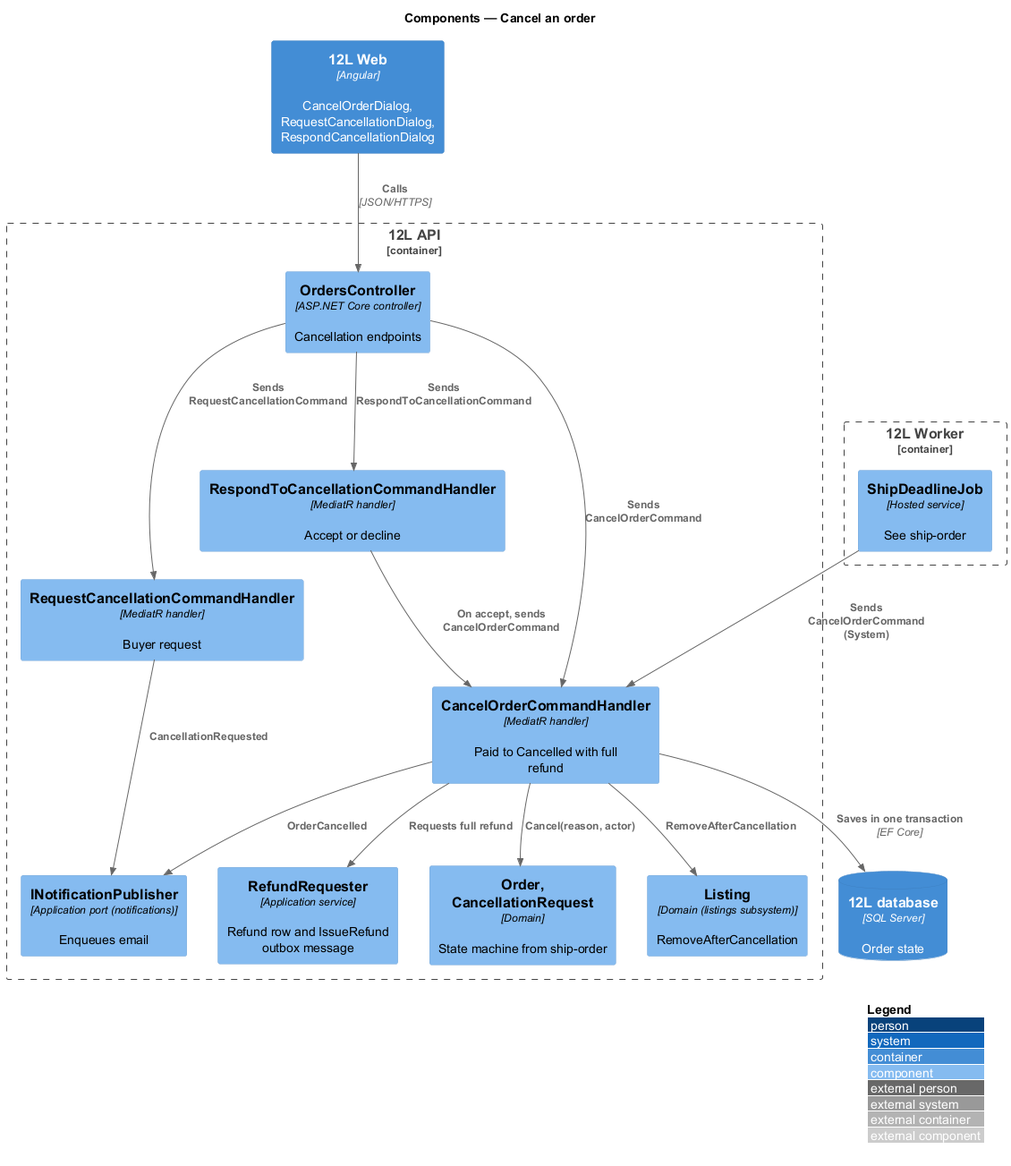
QuinntyneBrown/12l keeps this PlantUML diagram as docs/detailed-designs/orders/cancel-order/diagrams/c4-component.png. Above is the earlier version.
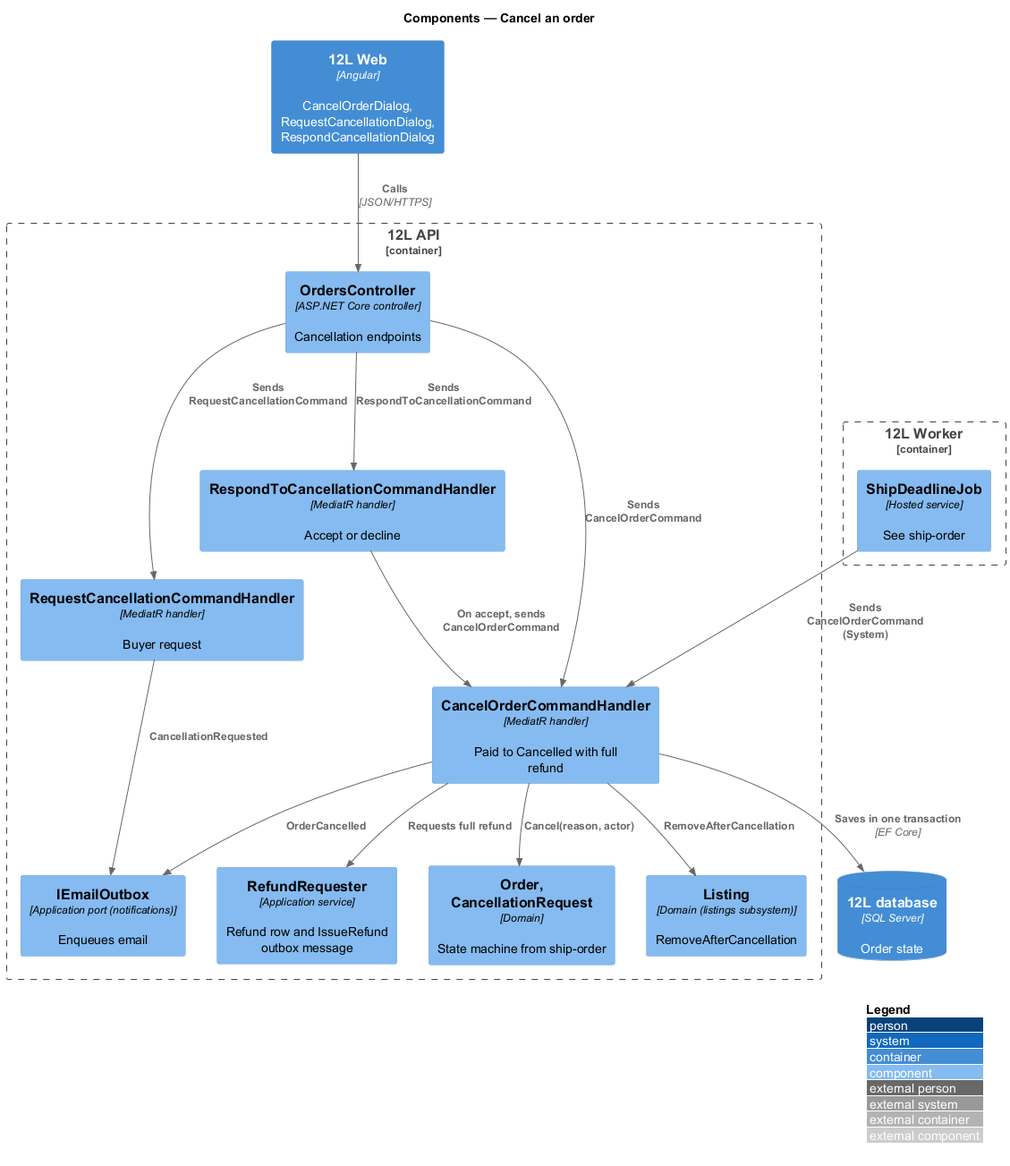
The same diagram one commit later.

Diff of the diagram source:
```diff
@@ -12,7 +12,7 @@
   Component(order, "Order, CancellationRequest", "Domain", "State machine from ship-order")
   Component(listing, "Listing", "Domain (listings subsystem)", "RemoveAfterCancellation")
   Component(refund, "RefundRequester", "Application service", "Refund row and IssueRefund outbox message")
-  Component(notify, "INotificationPublisher", "Application port (notifications)", "Enqueues email")
+  Component(notify, "IEmailOutbox", "Application port (notifications)", "Enqueues email")
 }
 Container_Boundary(worker, "12L Worker") {
   Component(dl, "ShipDeadlineJob", "Hosted service", "See ship-order")
```
